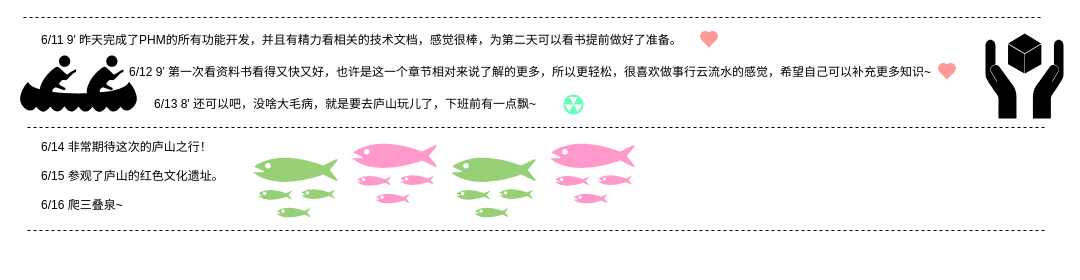
The draw.io diagram page "Page-2" (2 of 2) of Untitled Diagram.drawio in adnabb/Hello-World, before the edit. Source tidied: cells renumbered, new cells numbered last; positions are measured from the earlier drawing's top-left corner, leaving out a move shared by most shapes. Both pictures are drawn from the tidied source at 100%, with x=0, y=0 at pixel (17, 17).
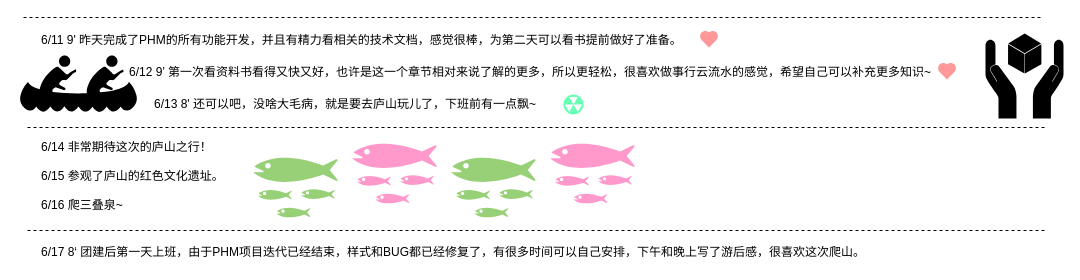
The same page after the edit.

Change to the diagram source:
```diff
@@
+    <mxCell id="19" value="6/17 8‘ 团建后第一天上班，由于PHM项目迭代已经结束，样式和BUG都已经修复了，有很多时间可以自己安排，下午和晚上写了游后感，很喜欢这次爬山。" style="text;html=1;align=left;verticalAlign=top;spacingTop=-4;" parent="1" vertex="1">
+      <mxGeometry x="22" y="225" width="840" height="20" as="geometry" />
+    </mxCell>
```
